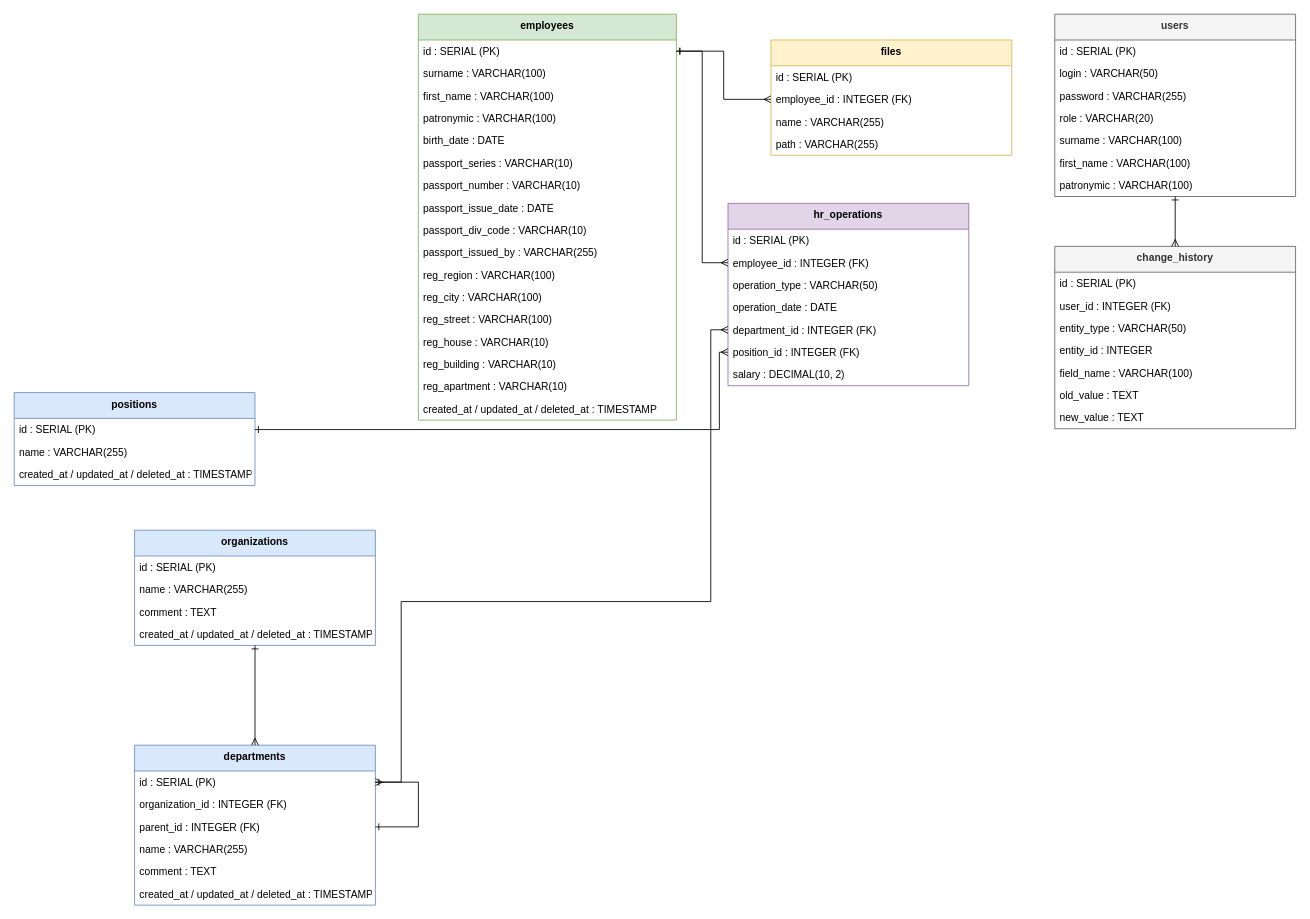
This is docs/schema.drawio from Alkeez/Areal, a draw.io file, before an edit. Source tidied: cells renumbered, new cells numbered last; positions are measured from the earlier drawing's top-left corner, leaving out a move shared by most shapes. Both pictures are drawn from the tidied source at 86%, with x=0, y=0 at pixel (14, 14).
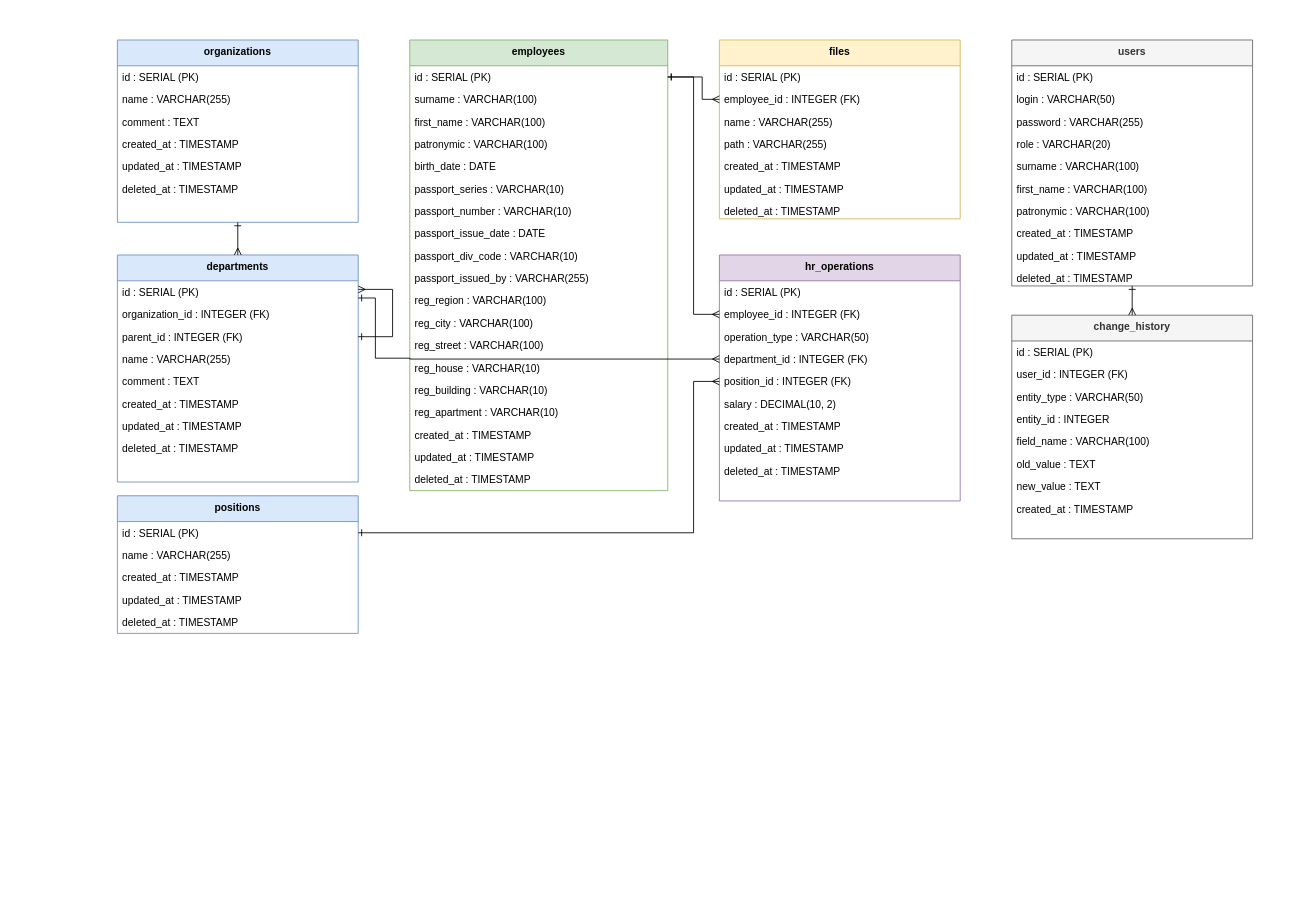
Above is the later version.

The change refers to these unchanged cells:
```xml
<mxCell id="8" value="id : SERIAL (PK)" style="text;strokeColor=none;fillColor=none;align=left;verticalAlign=top;spacingLeft=4;spacingRight=4;overflow=hidden;points=[[0,0.5],[1,0.5]];portConstraint=eastwest;" parent="7" vertex="1">
  <mxGeometry y="30" width="280" height="26" as="geometry" />
</mxCell>
<mxCell id="10" value="parent_id : INTEGER (FK)" style="text;strokeColor=none;fillColor=none;align=left;verticalAlign=top;spacingLeft=4;spacingRight=4;overflow=hidden;points=[[0,0.5],[1,0.5]];portConstraint=eastwest;" parent="7" vertex="1">
  <mxGeometry y="82" width="280" height="26" as="geometry" />
</mxCell>
<mxCell id="15" value="id : SERIAL (PK)" style="text;strokeColor=none;fillColor=none;align=left;verticalAlign=top;spacingLeft=4;spacingRight=4;overflow=hidden;points=[[0,0.5],[1,0.5]];portConstraint=eastwest;" parent="14" vertex="1">
  <mxGeometry y="30" width="280" height="26" as="geometry" />
</mxCell>
<mxCell id="19" value="id : SERIAL (PK)" style="text;strokeColor=none;fillColor=none;align=left;verticalAlign=top;spacingLeft=4;spacingRight=4;overflow=hidden;points=[[0,0.5],[1,0.5]];portConstraint=eastwest;" parent="18" vertex="1">
  <mxGeometry y="30" width="300" height="26" as="geometry" />
</mxCell>
<mxCell id="38" value="employee_id : INTEGER (FK)" style="text;strokeColor=none;fillColor=none;align=left;verticalAlign=top;spacingLeft=4;spacingRight=4;overflow=hidden;points=[[0,0.5],[1,0.5]];portConstraint=eastwest;" parent="36" vertex="1">
  <mxGeometry y="56" width="280" height="26" as="geometry" />
</mxCell>
```

Diff of the diagram source:
```diff
@@
     <mxCell id="2" value="organizations" style="swimlane;fontStyle=1;align=center;verticalAlign=top;horizontal=1;startSize=30;fillColor=#dae8fc;strokeColor=#6c8ebf;" parent="1" vertex="1">
-      <mxGeometry x="140" y="600" width="280" height="134" as="geometry" />
+      <mxGeometry x="120" y="30" width="280" height="212" as="geometry" />
     </mxCell>
@@
-    <mxCell id="6" value="created_at / updated_at / deleted_at : TIMESTAMP" style="text;strokeColor=none;fillColor=none;align=left;verticalAlign=top;spacingLeft=4;spacingRight=4;overflow=hidden;" parent="2" vertex="1">
-      <mxGeometry y="108" width="280" height="26" as="geometry" />
-    </mxCell>
+    <mxCell id="72" value="created_at : TIMESTAMP" style="text;strokeColor=none;fillColor=none;align=left;verticalAlign=top;spacingLeft=4;spacingRight=4;overflow=hidden;" parent="2" vertex="1">
+      <mxGeometry y="108" width="280" height="26" as="geometry" />
+    </mxCell>
+    <mxCell id="73" value="updated_at : TIMESTAMP" style="text;strokeColor=none;fillColor=none;align=left;verticalAlign=top;spacingLeft=4;spacingRight=4;overflow=hidden;" parent="2" vertex="1">
+      <mxGeometry y="134" width="280" height="26" as="geometry" />
+    </mxCell>
+    <mxCell id="74" value="deleted_at : TIMESTAMP" style="text;strokeColor=none;fillColor=none;align=left;verticalAlign=top;spacingLeft=4;spacingRight=4;overflow=hidden;" parent="2" vertex="1">
+      <mxGeometry y="160" width="280" height="26" as="geometry" />
+    </mxCell>
     <mxCell id="7" value="departments" style="swimlane;fontStyle=1;align=center;verticalAlign=top;horizontal=1;startSize=30;fillColor=#dae8fc;strokeColor=#6c8ebf;" parent="1" vertex="1">
-      <mxGeometry x="140" y="850" width="280" height="186" as="geometry" />
+      <mxGeometry x="120" y="280" width="280" height="264" as="geometry" />
     </mxCell>
@@
-    <mxCell id="13" value="created_at / updated_at / deleted_at : TIMESTAMP" style="text;strokeColor=none;fillColor=none;align=left;verticalAlign=top;spacingLeft=4;spacingRight=4;overflow=hidden;" parent="7" vertex="1">
-      <mxGeometry y="160" width="280" height="26" as="geometry" />
-    </mxCell>
+    <mxCell id="75" value="created_at : TIMESTAMP" style="text;strokeColor=none;fillColor=none;align=left;verticalAlign=top;spacingLeft=4;spacingRight=4;overflow=hidden;" parent="7" vertex="1">
+      <mxGeometry y="160" width="280" height="26" as="geometry" />
+    </mxCell>
+    <mxCell id="76" value="updated_at : TIMESTAMP" style="text;strokeColor=none;fillColor=none;align=left;verticalAlign=top;spacingLeft=4;spacingRight=4;overflow=hidden;" parent="7" vertex="1">
+      <mxGeometry y="186" width="280" height="26" as="geometry" />
+    </mxCell>
+    <mxCell id="77" value="deleted_at : TIMESTAMP" style="text;strokeColor=none;fillColor=none;align=left;verticalAlign=top;spacingLeft=4;spacingRight=4;overflow=hidden;" parent="7" vertex="1">
+      <mxGeometry y="212" width="280" height="26" as="geometry" />
+    </mxCell>
     <mxCell id="14" value="positions" style="swimlane;fontStyle=1;align=center;verticalAlign=top;horizontal=1;startSize=30;fillColor=#dae8fc;strokeColor=#6c8ebf;" parent="1" vertex="1">
-      <mxGeometry y="440" width="280" height="108" as="geometry" />
+      <mxGeometry x="120" y="560" width="280" height="160" as="geometry" />
     </mxCell>
@@
-    <mxCell id="17" value="created_at / updated_at / deleted_at : TIMESTAMP" style="text;strokeColor=none;fillColor=none;align=left;verticalAlign=top;spacingLeft=4;spacingRight=4;overflow=hidden;" parent="14" vertex="1">
-      <mxGeometry y="82" width="280" height="26" as="geometry" />
-    </mxCell>
+    <mxCell id="78" value="created_at : TIMESTAMP" style="text;strokeColor=none;fillColor=none;align=left;verticalAlign=top;spacingLeft=4;spacingRight=4;overflow=hidden;" parent="14" vertex="1">
+      <mxGeometry y="82" width="280" height="26" as="geometry" />
+    </mxCell>
+    <mxCell id="79" value="updated_at : TIMESTAMP" style="text;strokeColor=none;fillColor=none;align=left;verticalAlign=top;spacingLeft=4;spacingRight=4;overflow=hidden;" parent="14" vertex="1">
+      <mxGeometry y="108" width="280" height="26" as="geometry" />
+    </mxCell>
+    <mxCell id="80" value="deleted_at : TIMESTAMP" style="text;strokeColor=none;fillColor=none;align=left;verticalAlign=top;spacingLeft=4;spacingRight=4;overflow=hidden;" parent="14" vertex="1">
+      <mxGeometry y="134" width="280" height="26" as="geometry" />
+    </mxCell>
     <mxCell id="18" value="employees" style="swimlane;fontStyle=1;align=center;verticalAlign=top;horizontal=1;startSize=30;fillColor=#d5e8d4;strokeColor=#82b366;" parent="1" vertex="1">
-      <mxGeometry x="470" width="300" height="472" as="geometry" />
+      <mxGeometry x="460" y="30" width="300" height="524" as="geometry" />
     </mxCell>
@@
-    <mxCell id="35" value="created_at / updated_at / deleted_at : TIMESTAMP" style="text;strokeColor=none;fillColor=none;align=left;verticalAlign=top;spacingLeft=4;spacingRight=4;overflow=hidden;" parent="18" vertex="1">
-      <mxGeometry y="446" width="300" height="26" as="geometry" />
-    </mxCell>
+    <mxCell id="81" value="created_at : TIMESTAMP" style="text;strokeColor=none;fillColor=none;align=left;verticalAlign=top;spacingLeft=4;spacingRight=4;overflow=hidden;" parent="18" vertex="1">
+      <mxGeometry y="446" width="300" height="26" as="geometry" />
+    </mxCell>
+    <mxCell id="82" value="updated_at : TIMESTAMP" style="text;strokeColor=none;fillColor=none;align=left;verticalAlign=top;spacingLeft=4;spacingRight=4;overflow=hidden;" parent="18" vertex="1">
+      <mxGeometry y="472" width="300" height="26" as="geometry" />
+    </mxCell>
+    <mxCell id="83" value="deleted_at : TIMESTAMP" style="text;strokeColor=none;fillColor=none;align=left;verticalAlign=top;spacingLeft=4;spacingRight=4;overflow=hidden;" parent="18" vertex="1">
+      <mxGeometry y="498" width="300" height="26" as="geometry" />
+    </mxCell>
     <mxCell id="36" value="files" style="swimlane;fontStyle=1;align=center;verticalAlign=top;horizontal=1;startSize=30;fillColor=#fff2cc;strokeColor=#d6b656;" parent="1" vertex="1">
-      <mxGeometry x="880" y="30" width="280" height="134" as="geometry" />
+      <mxGeometry x="820" y="30" width="280" height="208" as="geometry" />
     </mxCell>
@@
+    <mxCell id="84" value="created_at : TIMESTAMP" style="text;strokeColor=none;fillColor=none;align=left;verticalAlign=top;spacingLeft=4;spacingRight=4;overflow=hidden;" parent="36" vertex="1">
+      <mxGeometry y="134" width="280" height="26" as="geometry" />
+    </mxCell>
+    <mxCell id="85" value="updated_at : TIMESTAMP" style="text;strokeColor=none;fillColor=none;align=left;verticalAlign=top;spacingLeft=4;spacingRight=4;overflow=hidden;" parent="36" vertex="1">
+      <mxGeometry y="160" width="280" height="26" as="geometry" />
+    </mxCell>
+    <mxCell id="86" value="deleted_at : TIMESTAMP" style="text;strokeColor=none;fillColor=none;align=left;verticalAlign=top;spacingLeft=4;spacingRight=4;overflow=hidden;" parent="36" vertex="1">
+      <mxGeometry y="186" width="280" height="26" as="geometry" />
+    </mxCell>
     <mxCell id="41" value="hr_operations" style="swimlane;fontStyle=1;align=center;verticalAlign=top;horizontal=1;startSize=30;fillColor=#e1d5e7;strokeColor=#9673a6;" parent="1" vertex="1">
-      <mxGeometry x="830" y="220" width="280" height="212" as="geometry" />
+      <mxGeometry x="820" y="280" width="280" height="286" as="geometry" />
     </mxCell>
@@
-    <mxCell id="45" value="operation_date : DATE" style="text;strokeColor=none;fillColor=none;align=left;verticalAlign=top;spacingLeft=4;spacingRight=4;overflow=hidden;" parent="41" vertex="1">
-      <mxGeometry y="108" width="280" height="26" as="geometry" />
-    </mxCell>
     <mxCell id="46" value="department_id : INTEGER (FK)" style="text;strokeColor=none;fillColor=none;align=left;verticalAlign=top;spacingLeft=4;spacingRight=4;overflow=hidden;points=[[0,0.5],[1,0.5]];portConstraint=eastwest;" parent="41" vertex="1">
-      <mxGeometry y="134" width="280" height="26" as="geometry" />
+      <mxGeometry y="108" width="280" height="26" as="geometry" />
     </mxCell>
     <mxCell id="47" value="position_id : INTEGER (FK)" style="text;strokeColor=none;fillColor=none;align=left;verticalAlign=top;spacingLeft=4;spacingRight=4;overflow=hidden;points=[[0,0.5],[1,0.5]];portConstraint=eastwest;" parent="41" vertex="1">
-      <mxGeometry y="160" width="280" height="26" as="geometry" />
+      <mxGeometry y="134" width="280" height="26" as="geometry" />
     </mxCell>
     <mxCell id="48" value="salary : DECIMAL(10, 2)" style="text;strokeColor=none;fillColor=none;align=left;verticalAlign=top;spacingLeft=4;spacingRight=4;overflow=hidden;" parent="41" vertex="1">
-      <mxGeometry y="186" width="280" height="26" as="geometry" />
+      <mxGeometry y="160" width="280" height="26" as="geometry" />
     </mxCell>
+    <mxCell id="87" value="created_at : TIMESTAMP" style="text;strokeColor=none;fillColor=none;align=left;verticalAlign=top;spacingLeft=4;spacingRight=4;overflow=hidden;" parent="41" vertex="1">
+      <mxGeometry y="186" width="280" height="26" as="geometry" />
+    </mxCell>
+    <mxCell id="88" value="updated_at : TIMESTAMP" style="text;strokeColor=none;fillColor=none;align=left;verticalAlign=top;spacingLeft=4;spacingRight=4;overflow=hidden;" parent="41" vertex="1">
+      <mxGeometry y="212" width="280" height="26" as="geometry" />
+    </mxCell>
+    <mxCell id="89" value="deleted_at : TIMESTAMP" style="text;strokeColor=none;fillColor=none;align=left;verticalAlign=top;spacingLeft=4;spacingRight=4;overflow=hidden;" parent="41" vertex="1">
+      <mxGeometry y="238" width="280" height="26" as="geometry" />
+    </mxCell>
     <mxCell id="49" value="users" style="swimlane;fontStyle=1;align=center;verticalAlign=top;horizontal=1;startSize=30;fillColor=#f5f5f5;strokeColor=#666666;fontColor=#333333;" parent="1" vertex="1">
-      <mxGeometry x="1210" width="280" height="212" as="geometry" />
+      <mxGeometry x="1160" y="30" width="280" height="286" as="geometry" />
     </mxCell>
@@
+    <mxCell id="90" value="created_at : TIMESTAMP" style="text;strokeColor=none;fillColor=none;align=left;verticalAlign=top;spacingLeft=4;spacingRight=4;overflow=hidden;" parent="49" vertex="1">
+      <mxGeometry y="212" width="280" height="26" as="geometry" />
+    </mxCell>
+    <mxCell id="91" value="updated_at : TIMESTAMP" style="text;strokeColor=none;fillColor=none;align=left;verticalAlign=top;spacingLeft=4;spacingRight=4;overflow=hidden;" parent="49" vertex="1">
+      <mxGeometry y="238" width="280" height="26" as="geometry" />
+    </mxCell>
+    <mxCell id="92" value="deleted_at : TIMESTAMP" style="text;strokeColor=none;fillColor=none;align=left;verticalAlign=top;spacingLeft=4;spacingRight=4;overflow=hidden;" parent="49" vertex="1">
+      <mxGeometry y="264" width="280" height="26" as="geometry" />
+    </mxCell>
     <mxCell id="57" value="change_history" style="swimlane;fontStyle=1;align=center;verticalAlign=top;horizontal=1;startSize=30;fillColor=#f5f5f5;strokeColor=#666666;fontColor=#333333;" parent="1" vertex="1">
-      <mxGeometry x="1210" y="270" width="280" height="212" as="geometry" />
+      <mxGeometry x="1160" y="350" width="280" height="260" as="geometry" />
     </mxCell>
@@
+    <mxCell id="93" value="created_at : TIMESTAMP" style="text;strokeColor=none;fillColor=none;align=left;verticalAlign=top;spacingLeft=4;spacingRight=4;overflow=hidden;" parent="57" vertex="1">
+      <mxGeometry y="212" width="280" height="26" as="geometry" />
+    </mxCell>
@@
-    <mxCell id="66" style="edgeStyle=orthogonalEdgeStyle;rounded=0;jettySize=auto;html=1;endArrow=ERmany;endFill=0;startArrow=ERone;startFill=0;exitX=1;exitY=0.5;exitDx=0;exitDy=0;entryX=1;entryY=0.5;entryDx=0;entryDy=0;" parent="1" edge="1" source="10" target="8">
+    <mxCell id="66" style="edgeStyle=orthogonalEdgeStyle;rounded=0;jettySize=auto;html=1;endArrow=ERmany;endFill=0;startArrow=ERone;startFill=0;exitX=1;exitY=0.5;exitDx=0;exitDy=0;" parent="1" edge="1" source="10">
       <mxGeometry relative="1" as="geometry">
+        <mxPoint x="400" y="320" as="targetPoint" />
         <Array as="points">
-          <mxPoint x="470" y="945" />
-          <mxPoint x="470" y="893" />
+          <mxPoint x="440" y="375" />
+          <mxPoint x="440" y="320" />
         </Array>
       </mxGeometry>
     </mxCell>
-    <mxCell id="67" style="edgeStyle=orthogonalEdgeStyle;rounded=0;jettySize=auto;html=1;endArrow=ERmany;endFill=0;startArrow=ERone;startFill=0;exitX=1;exitY=0.5;exitDx=0;exitDy=0;entryX=0;entryY=0.5;entryDx=0;entryDy=0;" parent="1" edge="1" source="8" target="46">
+    <mxCell id="67" style="edgeStyle=orthogonalEdgeStyle;rounded=0;jettySize=auto;html=1;endArrow=ERmany;endFill=0;startArrow=ERone;startFill=0;entryX=0;entryY=0.5;entryDx=0;entryDy=0;" parent="1" edge="1" target="46">
       <mxGeometry relative="1" as="geometry">
+        <mxPoint x="400" y="330" as="sourcePoint" />
         <Array as="points">
-          <mxPoint x="450" y="893" />
-          <mxPoint x="450" y="683" />
-          <mxPoint x="810" y="683" />
-          <mxPoint x="810" y="367" />
+          <mxPoint x="420" y="330" />
+          <mxPoint x="420" y="400" />
+          <mxPoint x="460" y="400" />
+          <mxPoint x="460" y="401" />
         </Array>
       </mxGeometry>
     </mxCell>
     <mxCell id="68" style="edgeStyle=orthogonalEdgeStyle;rounded=0;jettySize=auto;html=1;endArrow=ERmany;endFill=0;startArrow=ERone;startFill=0;exitX=1;exitY=0.5;exitDx=0;exitDy=0;entryX=0;entryY=0.5;entryDx=0;entryDy=0;" parent="1" edge="1" source="15" target="47">
       <mxGeometry relative="1" as="geometry">
         <Array as="points">
-          <mxPoint x="820" y="483" />
-          <mxPoint x="820" y="393" />
+          <mxPoint x="790" y="603" />
+          <mxPoint x="790" y="427" />
         </Array>
       </mxGeometry>
     </mxCell>
     <mxCell id="69" style="edgeStyle=orthogonalEdgeStyle;rounded=0;jettySize=auto;html=1;endArrow=ERmany;endFill=0;startArrow=ERone;startFill=0;exitX=1;exitY=0.5;exitDx=0;exitDy=0;entryX=0;entryY=0.5;entryDx=0;entryDy=0;" parent="1" edge="1" source="19" target="38">
-      <mxGeometry relative="1" as="geometry" />
+      <mxGeometry relative="1" as="geometry">
+        <Array as="points">
+          <mxPoint x="800" y="73" />
+          <mxPoint x="800" y="99" />
+        </Array>
+      </mxGeometry>
     </mxCell>
```
